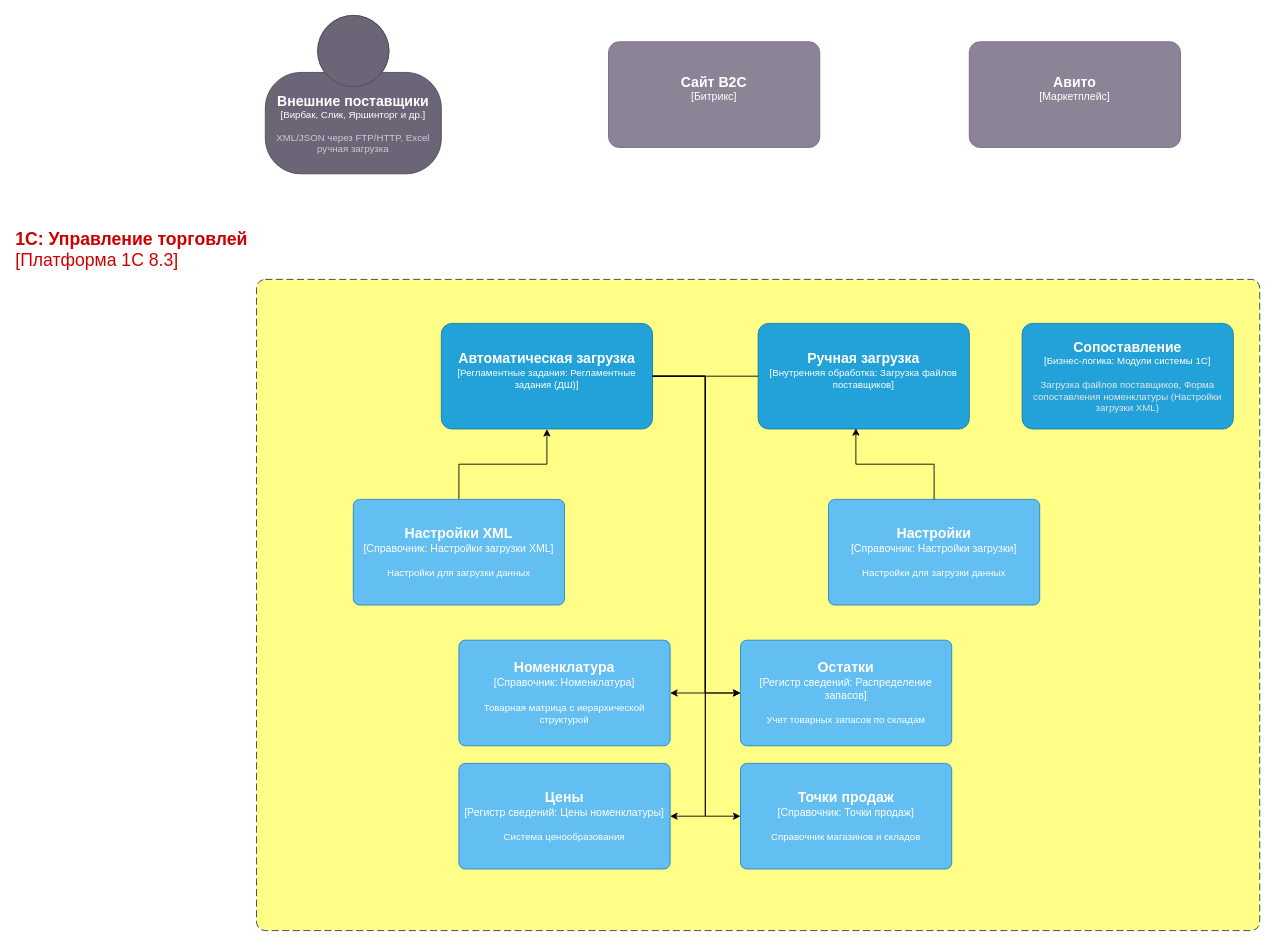
This is Общая архитектура платформы Дон-Шина.drawio from OlegM161/dakar, a draw.io file, before an edit. Source tidied: cells renumbered, new cells numbered last; positions are measured from the earlier drawing's top-left corner, leaving out a move shared by most shapes. Both pictures are drawn from the tidied source at 88%, with x=0, y=0 at pixel (256, 15).
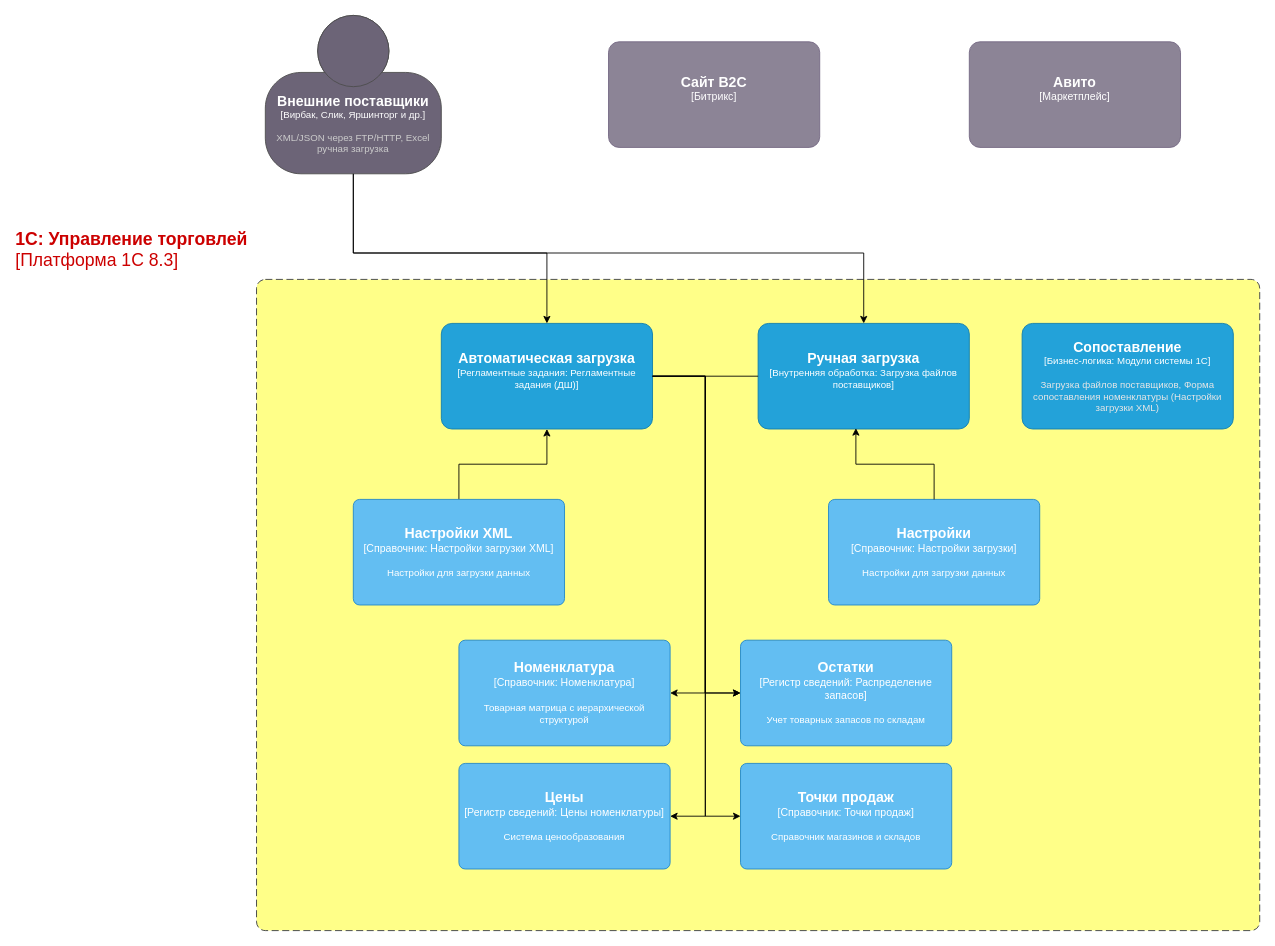
The same diagram, later.

The change refers to these unchanged cells:
```xml
<object id="3" label="&lt;font style=&quot;font-size: 16px&quot;&gt;&lt;b&gt;%c4Name%&lt;/b&gt;&lt;/font&gt;&lt;div&gt;[%c4Type%]&lt;/div&gt;&lt;br&gt;&lt;div&gt;&lt;font style=&quot;font-size: 11px&quot;&gt;&lt;font color=&quot;#cccccc&quot;&gt;%c4Description%&lt;/font&gt;&lt;/div&gt;" c4Description="XML/JSON через FTP/HTTP, Excel ручная загрузка" c4Name="Внешние поставщики" c4Type="Вирбак, Слик, Яршинторг и др." placeholders="1">
  <mxCell style="html=1;fontSize=11;dashed=0;whiteSpace=wrap;fillColor=#6C6477;strokeColor=#4D4D4D;fontColor=#ffffff;shape=mxgraph.c4.person2;align=center;points=[[0.5,0,0],[1,0.5,0],[1,0.75,0],[0.75,1,0],[0.5,1,0],[0.25,1,0],[0,0.75,0],[0,0.5,0]];" parent="1" vertex="1">
    <mxGeometry x="10" width="200" height="180" as="geometry" />
  </mxCell>
</object>
<object id="4" label="&lt;font style=&quot;font-size: 16px&quot;&gt;&lt;b&gt;%c4Name%&lt;/b&gt;&lt;/font&gt;&lt;div&gt;[%c4Type%: %c4Technology%]&lt;/div&gt;&lt;br&gt;&lt;div&gt;&lt;font style=&quot;font-size: 11px&quot;&gt;&lt;font color=&quot;#E6E6E6&quot;&gt;%c4Description%&lt;/font&gt;&lt;/div&gt;" c4Description="" c4Name="Автоматическая загрузка" c4Technology="Регламентные задания (ДШ)" c4Type="Регламентные задания" placeholders="1">
  <mxCell style="rounded=1;whiteSpace=wrap;html=1;fontSize=11;labelBackgroundColor=none;fillColor=#23A2D9;fontColor=#ffffff;align=center;arcSize=10;strokeColor=#0E7DAD;points=[[0.25,0,0],[0.5,0,0],[0.75,0,0],[1,0.25,0],[1,0.5,0],[1,0.75,0],[0.75,1,0],[0.5,1,0],[0.25,1,0],[0,0.75,0],[0,0.5,0],[0,0.25,0]];" parent="1" vertex="1">
    <mxGeometry x="210" y="350" width="240" height="120" as="geometry" />
  </mxCell>
</object>
<object id="5" label="&lt;font style=&quot;font-size: 16px&quot;&gt;&lt;b&gt;%c4Name%&lt;/b&gt;&lt;/font&gt;&lt;div&gt;[%c4Type%: %c4Technology%]&lt;/div&gt;&lt;br&gt;&lt;div&gt;&lt;font style=&quot;font-size: 11px&quot;&gt;&lt;font color=&quot;#E6E6E6&quot;&gt;%c4Description%&lt;/font&gt;&lt;/div&gt;" c4Description="" c4Name="Ручная загрузка" c4Technology="Загрузка файлов поставщиков" c4Type="Внутренняя обработка" placeholders="1">
  <mxCell style="rounded=1;whiteSpace=wrap;html=1;fontSize=11;labelBackgroundColor=none;fillColor=#23A2D9;fontColor=#ffffff;align=center;arcSize=10;strokeColor=#0E7DAD;points=[[0.25,0,0],[0.5,0,0],[0.75,0,0],[1,0.25,0],[1,0.5,0],[1,0.75,0],[0.75,1,0],[0.5,1,0],[0.25,1,0],[0,0.75,0],[0,0.5,0],[0,0.25,0]];" parent="1" vertex="1">
    <mxGeometry x="570" y="350" width="240" height="120" as="geometry" />
  </mxCell>
</object>
```

What changed in the source:
```diff
@@
+    <mxCell id="22" style="edgeStyle=orthogonalEdgeStyle;rounded=0;jettySize=auto;html=1;" parent="1" edge="1" source="3" target="5">
+      <mxGeometry relative="1" as="geometry">
+        <Array as="points">
+          <mxPoint x="110" y="270" />
+          <mxPoint x="690" y="270" />
+        </Array>
+      </mxGeometry>
+    </mxCell>
@@
+    <mxCell id="23" style="edgeStyle=orthogonalEdgeStyle;rounded=0;jettySize=auto;html=1;entryX=0.5;entryY=0;entryDx=0;entryDy=0;entryPerimeter=0;" parent="1" edge="1" source="3" target="4">
+      <mxGeometry relative="1" as="geometry">
+        <Array as="points">
+          <mxPoint x="110" y="270" />
+          <mxPoint x="330" y="270" />
+        </Array>
+      </mxGeometry>
+    </mxCell>
```
